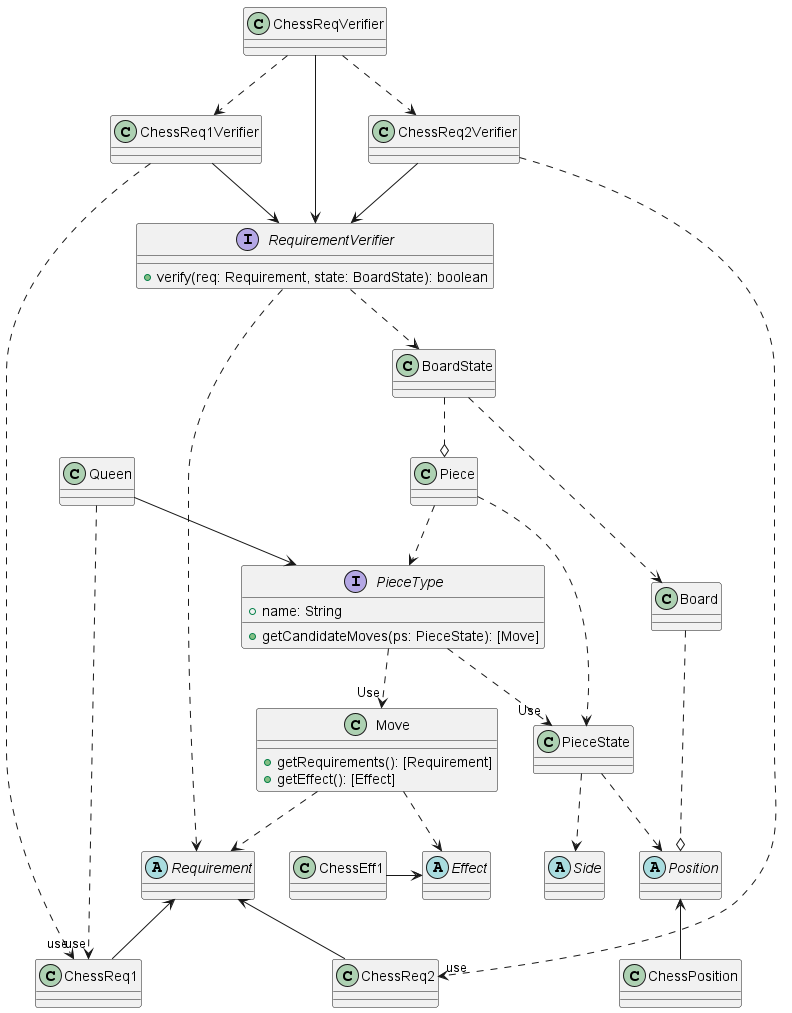
The PlantUML diagram doc/img/Class Design.png in hnd14/ChessBoard, before a commit. Its diagram source:
```plantuml
@startuml Class Design
abstract Requirement
class ChessReq1
class ChessReq2

abstract Effect

class Move {
    + getRequirements(): [Requirement]
    + getEffect(): [Effect]
}

class PieceState

abstract Position
class ChessPosition

abstract Side

interface PieceType {
    + name: String
    + getCandidateMoves(ps: PieceState): [Move]
}
class Queen


class BoardState {

}

interface RequirementVerifier {
    + verify(req: Requirement, state: BoardState): boolean
}
class ChessReqVerifier
class ChessReq1Verifier
class ChessReq2Verifier


class Piece {

}

class Board

Move .d.> Requirement
Move .d.> Effect
PieceType .d.>"Use" Move
PieceType .d.>"Use" PieceState


Piece ..> PieceType
Piece .r.> PieceState
PieceState ..> Position
PieceState ..> Side

Board ..o Position
BoardState ..> Board
BoardState ..o Piece

RequirementVerifier ..> Requirement
RequirementVerifier ..> BoardState



ChessReq1 -u-> Requirement
ChessReq2 -u-> Requirement

ChessEff1 -> Effect
Queen -d-> PieceType
Queen ..>"use" ChessReq1

ChessReqVerifier -d-> RequirementVerifier
ChessReq1Verifier -d-> RequirementVerifier
ChessReq2Verifier -d-> RequirementVerifier
ChessReqVerifier .d.>ChessReq1Verifier
ChessReqVerifier .d.>ChessReq2Verifier
ChessReq1Verifier ..>"use" ChessReq1
ChessReq2Verifier ..>"use" ChessReq2
ChessPosition -u-> Position
@enduml
```
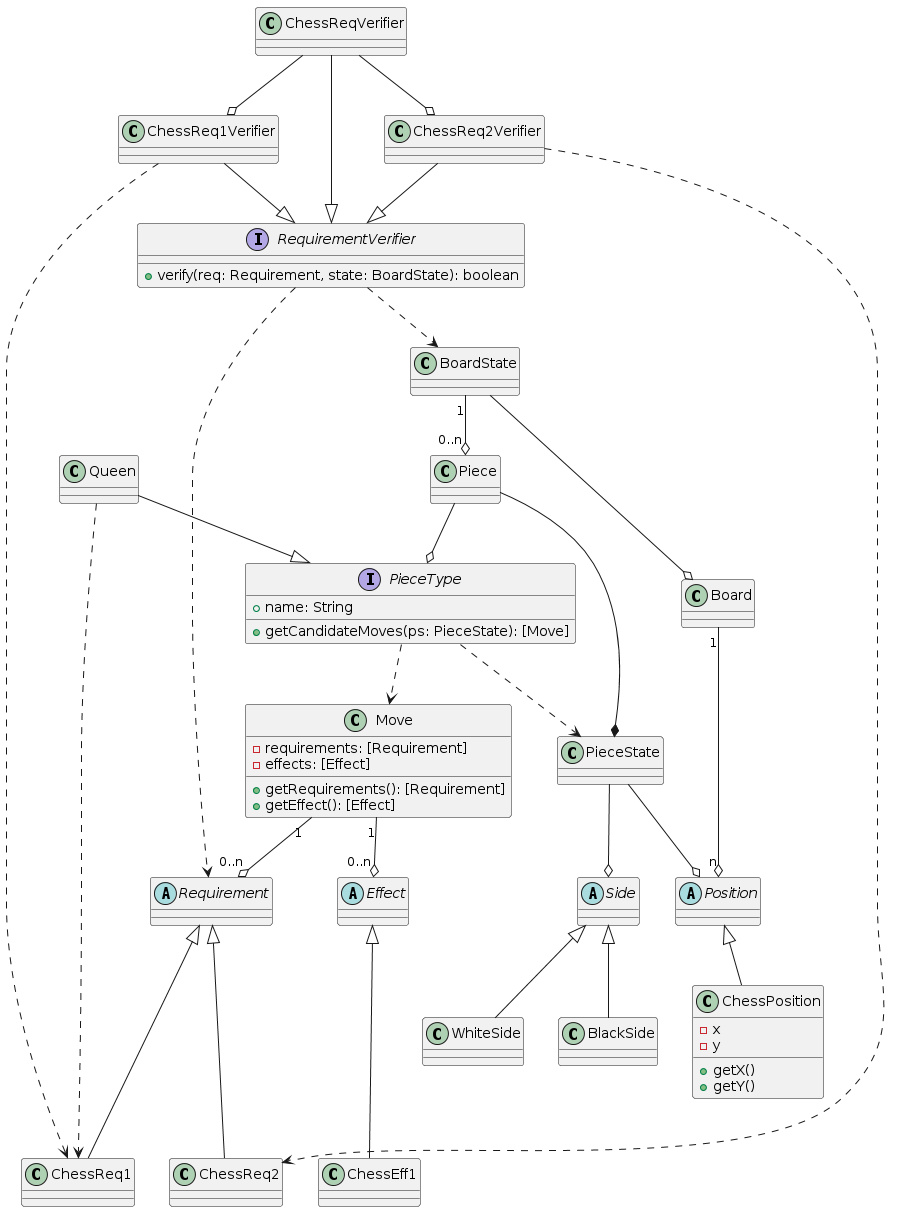
The same diagram one commit later.

What changed in the source:
```diff
@@ -6,6 +6,8 @@
 abstract Effect
 
 class Move {
+    - requirements: [Requirement]
+    - effects: [Effect]
     + getRequirements(): [Requirement]
     + getEffect(): [Effect]
 }
@@ -13,9 +15,17 @@
 class PieceState
 
 abstract Position
-class ChessPosition
+class ChessPosition {
+    - x
+    - y
+    + getX()
+    + getY()
+}
 
 abstract Side
+
+class BlackSide
+class WhiteSide
 
 interface PieceType {
     + name: String
@@ -42,39 +52,43 @@
 
 class Board
 
-Move .d.> Requirement
-Move .d.> Effect
-PieceType .d.>"Use" Move
-PieceType .d.>"Use" PieceState
+Move "1"-d-o "0..n" Requirement
+Move "1"-d-o "0..n" Effect
+PieceType .d.> Move
+PieceType .d.> PieceState
 
 
-Piece ..> PieceType
-Piece .r.> PieceState
-PieceState ..> Position
-PieceState ..> Side
+Piece --o PieceType
+Piece -r-* PieceState
+PieceState --o Position
+PieceState --o Side
 
-Board ..o Position
-BoardState ..> Board
-BoardState ..o Piece
+Board "1"--o "n" Position
+
+BoardState --o Board
+BoardState "1"--o "0..n" Piece
 
 RequirementVerifier ..> Requirement
 RequirementVerifier ..> BoardState
 
 
 
-ChessReq1 -u-> Requirement
-ChessReq2 -u-> Requirement
+ChessReq1 -u--|> Requirement
+ChessReq2 -u--|> Requirement
 
-ChessEff1 -> Effect
-Queen -d-> PieceType
-Queen ..>"use" ChessReq1
+ChessEff1 -u--|> Effect
+Queen -d-|> PieceType
+Queen ..> ChessReq1
 
-ChessReqVerifier -d-> RequirementVerifier
-ChessReq1Verifier -d-> RequirementVerifier
-ChessReq2Verifier -d-> RequirementVerifier
-ChessReqVerifier .d.>ChessReq1Verifier
-ChessReqVerifier .d.>ChessReq2Verifier
-ChessReq1Verifier ..>"use" ChessReq1
-ChessReq2Verifier ..>"use" ChessReq2
-ChessPosition -u-> Position
+ChessReqVerifier -d-|> RequirementVerifier
+ChessReq1Verifier -d-|> RequirementVerifier
+ChessReq2Verifier -d-|> RequirementVerifier
+ChessReqVerifier -d-o ChessReq1Verifier
+ChessReqVerifier -d-o ChessReq2Verifier
+ChessReq1Verifier ..> ChessReq1
+ChessReq2Verifier ..> ChessReq2
+ChessPosition -u-|> Position
+
+BlackSide -u-|> Side
+WhiteSide -u-|> Side
 @enduml
```
